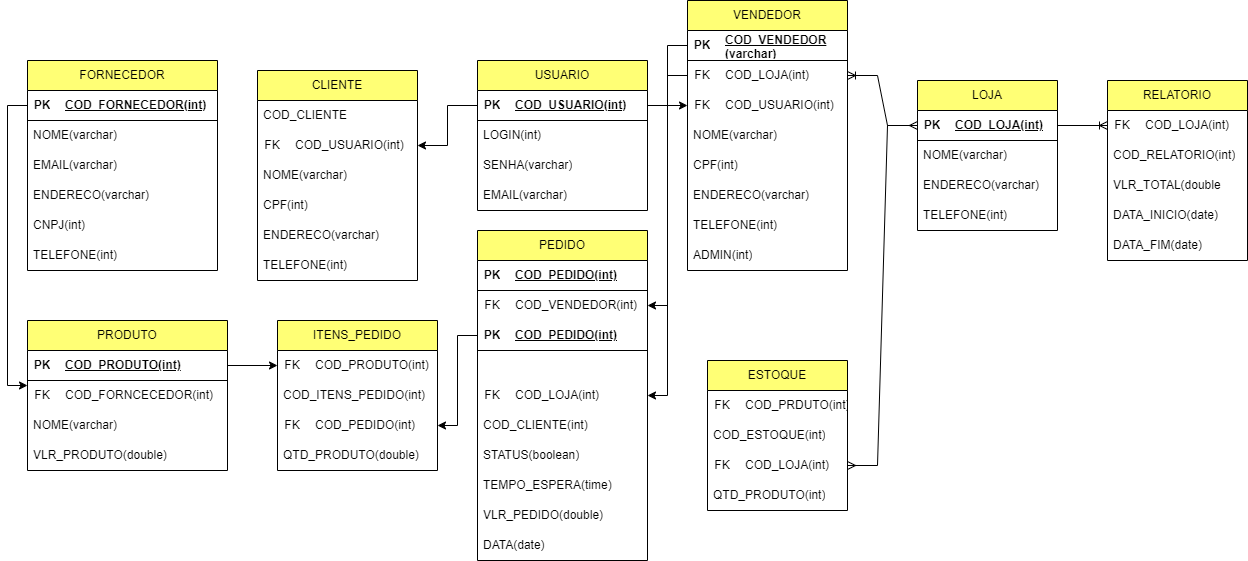
Above: ProjetoLógicoZéDelivery/zedelivery.drawio.png in NicolasKevin2/BD (draw.io), before the change. Source tidied: cells renumbered, new cells last; positions are measured from the earlier drawing's top-left corner, leaving out a move shared by most shapes.
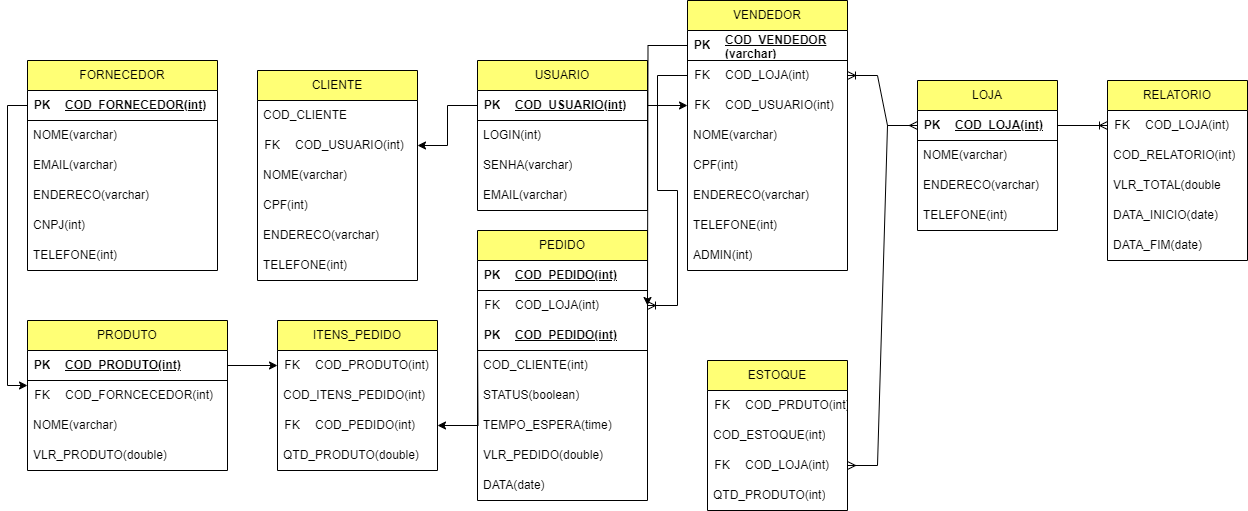
After the commit.

The edit, as a diff of the source:
```diff
@@ -132,7 +132,7 @@
       <mxGeometry y="120" width="140" height="30" as="geometry" />
     </mxCell>
     <mxCell id="45" value="PEDIDO" style="swimlane;fontStyle=0;horizontal=1;startSize=30;whiteSpace=wrap;html=1;fillColor=#FFFF75;" parent="1" vertex="1">
-      <mxGeometry x="470" y="230" width="170" height="330" as="geometry" />
+      <mxGeometry x="470" y="230" width="170" height="270" as="geometry" />
     </mxCell>
     <mxCell id="46" style="shape=table;startSize=0;rowLines=0;fontStyle=0;align=center;strokeColor=none;fillColor=none;" parent="45" vertex="1">
       <mxGeometry y="30" width="170" height="30" as="geometry" />
@@ -146,29 +146,8 @@
     <mxCell id="49" value="COD_PEDIDO(int)" style="shape=partialRectangle;fillColor=none;top=0;left=0;bottom=0;right=0;align=left;spacingLeft=6;fontStyle=5;overflow=hidden;whiteSpace=wrap;html=1;" parent="47" vertex="1">
       <mxGeometry x="30" width="140" height="30" as="geometry" />
     </mxCell>
-    <mxCell id="50" style="shape=table;startSize=0;rowLines=0;fontStyle=0;align=center;strokeColor=none;fillColor=none;" parent="45" vertex="1">
-      <mxGeometry y="60" width="170" height="90" as="geometry" />
-    </mxCell>
-    <mxCell id="51" style="shape=tableRow;horizontal=0;startSize=0;swimlaneHead=0;swimlaneBody=0;fillColor=none;points=[[0,0.5],[1,0.5]];portConstraint=eastwest;top=0;left=0;right=0;bottom=0;" parent="50" vertex="1">
-      <mxGeometry width="170" height="30" as="geometry" />
-    </mxCell>
-    <mxCell id="52" value="FK" style="shape=partialRectangle;fillColor=none;top=0;left=0;bottom=0;right=0;fontStyle=0;overflow=hidden;whiteSpace=wrap;html=1;" parent="51" vertex="1">
-      <mxGeometry width="30" height="30" as="geometry" />
-    </mxCell>
-    <mxCell id="53" value="COD_VENDEDOR(int)" style="shape=partialRectangle;fillColor=none;top=0;left=0;bottom=0;right=0;align=left;spacingLeft=6;fontStyle=0;overflow=hidden;whiteSpace=wrap;html=1;" parent="51" vertex="1">
-      <mxGeometry x="30" width="140" height="30" as="geometry" />
-    </mxCell>
-    <mxCell id="54" style="shape=tableRow;horizontal=0;startSize=0;swimlaneHead=0;swimlaneBody=0;fillColor=none;points=[[0,0.5],[1,0.5]];portConstraint=eastwest;top=0;left=0;right=0;bottom=1;" parent="50" vertex="1">
-      <mxGeometry y="30" width="170" height="30" as="geometry" />
-    </mxCell>
-    <mxCell id="55" value="PK" style="shape=partialRectangle;fillColor=none;top=0;left=0;bottom=0;right=0;fontStyle=1;overflow=hidden;whiteSpace=wrap;html=1;" parent="54" vertex="1">
-      <mxGeometry width="30" height="30" as="geometry" />
-    </mxCell>
-    <mxCell id="56" value="COD_PEDIDO(int)" style="shape=partialRectangle;fillColor=none;top=0;left=0;bottom=0;right=0;align=left;spacingLeft=6;fontStyle=5;overflow=hidden;whiteSpace=wrap;html=1;" parent="54" vertex="1">
-      <mxGeometry x="30" width="140" height="30" as="geometry" />
-    </mxCell>
     <mxCell id="57" style="shape=table;startSize=0;rowLines=0;fontStyle=0;align=center;strokeColor=none;fillColor=none;" parent="45" vertex="1">
-      <mxGeometry y="150" width="170" height="30" as="geometry" />
+      <mxGeometry y="60" width="170" height="30" as="geometry" />
     </mxCell>
     <mxCell id="58" style="shape=tableRow;horizontal=0;startSize=0;swimlaneHead=0;swimlaneBody=0;fillColor=none;points=[[0,0.5],[1,0.5]];portConstraint=eastwest;top=0;left=0;right=0;bottom=0;" parent="57" vertex="1">
       <mxGeometry width="170" height="30" as="geometry" />
@@ -179,20 +158,32 @@
     <mxCell id="60" value="COD_LOJA(int)" style="shape=partialRectangle;fillColor=none;top=0;left=0;bottom=0;right=0;align=left;spacingLeft=6;fontStyle=0;overflow=hidden;whiteSpace=wrap;html=1;" parent="58" vertex="1">
       <mxGeometry x="30" width="140" height="30" as="geometry" />
     </mxCell>
+    <mxCell id="128" style="shape=table;startSize=0;rowLines=0;fontStyle=0;align=center;strokeColor=none;fillColor=none;" parent="45" vertex="1">
+      <mxGeometry y="90" width="170" height="30" as="geometry" />
+    </mxCell>
+    <mxCell id="129" style="shape=tableRow;horizontal=0;startSize=0;swimlaneHead=0;swimlaneBody=0;fillColor=none;top=0;left=0;right=0;bottom=1;" parent="128" vertex="1">
+      <mxGeometry width="170" height="30" as="geometry" />
+    </mxCell>
+    <mxCell id="55" value="PK" style="shape=partialRectangle;fillColor=none;top=0;left=0;bottom=0;right=0;fontStyle=1;overflow=hidden;whiteSpace=wrap;html=1;" parent="129" vertex="1">
+      <mxGeometry width="30" height="30" as="geometry" />
+    </mxCell>
+    <mxCell id="56" value="COD_PEDIDO(int)" style="shape=partialRectangle;fillColor=none;top=0;left=0;bottom=0;right=0;align=left;spacingLeft=6;fontStyle=5;overflow=hidden;whiteSpace=wrap;html=1;" parent="129" vertex="1">
+      <mxGeometry x="30" width="140" height="30" as="geometry" />
+    </mxCell>
     <mxCell id="61" value="COD_CLIENTE(int)" style="text;strokeColor=none;fillColor=none;align=left;verticalAlign=middle;spacingLeft=4;spacingRight=4;overflow=hidden;whiteSpace=wrap;html=1;" parent="45" vertex="1">
-      <mxGeometry y="180" width="170" height="30" as="geometry" />
+      <mxGeometry y="120" width="170" height="30" as="geometry" />
     </mxCell>
     <mxCell id="62" value="STATUS(boolean)" style="text;strokeColor=none;fillColor=none;align=left;verticalAlign=middle;spacingLeft=4;spacingRight=4;overflow=hidden;whiteSpace=wrap;html=1;" parent="45" vertex="1">
-      <mxGeometry y="210" width="170" height="30" as="geometry" />
+      <mxGeometry y="150" width="170" height="30" as="geometry" />
     </mxCell>
     <mxCell id="63" value="TEMPO_ESPERA(time)" style="text;strokeColor=none;fillColor=none;align=left;verticalAlign=middle;spacingLeft=4;spacingRight=4;overflow=hidden;whiteSpace=wrap;html=1;" parent="45" vertex="1">
-      <mxGeometry y="240" width="170" height="30" as="geometry" />
+      <mxGeometry y="180" width="170" height="30" as="geometry" />
     </mxCell>
     <mxCell id="64" value="VLR_PEDIDO(double)" style="text;strokeColor=none;fillColor=none;align=left;verticalAlign=middle;spacingLeft=4;spacingRight=4;overflow=hidden;whiteSpace=wrap;html=1;" parent="45" vertex="1">
-      <mxGeometry y="270" width="170" height="30" as="geometry" />
+      <mxGeometry y="210" width="170" height="30" as="geometry" />
     </mxCell>
     <mxCell id="65" value="DATA(date)" style="text;strokeColor=none;fillColor=none;align=left;verticalAlign=middle;spacingLeft=4;spacingRight=4;overflow=hidden;whiteSpace=wrap;html=1;" parent="45" vertex="1">
-      <mxGeometry y="300" width="170" height="30" as="geometry" />
+      <mxGeometry y="240" width="170" height="30" as="geometry" />
     </mxCell>
     <mxCell id="66" value="ITENS_PEDIDO" style="swimlane;fontStyle=0;horizontal=1;startSize=30;whiteSpace=wrap;html=1;fillColor=#FFFF75;" parent="1" vertex="1">
       <mxGeometry x="270" y="320" width="160" height="150" as="geometry" />
@@ -350,8 +341,10 @@
     <mxCell id="117" value="DATA_FIM(date)" style="text;strokeColor=none;fillColor=none;align=left;verticalAlign=middle;spacingLeft=4;spacingRight=4;overflow=hidden;whiteSpace=wrap;html=1;" parent="109" vertex="1">
       <mxGeometry y="150" width="140" height="30" as="geometry" />
     </mxCell>
-    <mxCell id="118" style="edgeStyle=orthogonalEdgeStyle;rounded=0;jettySize=auto;html=1;" parent="1" edge="1" source="21" target="51">
-      <mxGeometry relative="1" as="geometry" />
+    <mxCell id="118" style="edgeStyle=orthogonalEdgeStyle;rounded=0;jettySize=auto;html=1;" parent="1" edge="1" source="21">
+      <mxGeometry relative="1" as="geometry">
+        <mxPoint x="640" y="305" as="targetPoint" />
+      </mxGeometry>
     </mxCell>
     <mxCell id="119" style="edgeStyle=orthogonalEdgeStyle;rounded=0;jettySize=auto;html=1;" parent="1" edge="1" source="4" target="29">
       <mxGeometry relative="1" as="geometry" />
@@ -370,11 +363,10 @@
     <mxCell id="122" style="edgeStyle=orthogonalEdgeStyle;rounded=0;jettySize=auto;html=1;" parent="1" edge="1" source="79" target="68">
       <mxGeometry relative="1" as="geometry" />
     </mxCell>
-    <mxCell id="123" style="edgeStyle=orthogonalEdgeStyle;rounded=0;jettySize=auto;html=1;" parent="1" edge="1" source="25" target="58">
-      <mxGeometry relative="1" as="geometry" />
-    </mxCell>
-    <mxCell id="124" style="edgeStyle=orthogonalEdgeStyle;rounded=0;jettySize=auto;html=1;" parent="1" edge="1" source="54" target="73">
-      <mxGeometry relative="1" as="geometry" />
+    <mxCell id="124" style="edgeStyle=orthogonalEdgeStyle;rounded=0;jettySize=auto;html=1;" parent="1" edge="1" target="73">
+      <mxGeometry relative="1" as="geometry">
+        <mxPoint x="470" y="335" as="sourcePoint" />
+      </mxGeometry>
     </mxCell>
     <mxCell id="125" style="edgeStyle=entityRelationEdgeStyle;fontSize=12;html=1;endArrow=ERoneToMany;rounded=0;" parent="1" edge="1" source="39" target="25">
       <mxGeometry relative="1" as="geometry" />
@@ -385,5 +377,14 @@
     <mxCell id="127" style="edgeStyle=entityRelationEdgeStyle;fontSize=12;html=1;endArrow=ERoneToMany;rounded=0;" parent="1" edge="1" source="39" target="111">
       <mxGeometry relative="1" as="geometry" />
     </mxCell>
+    <mxCell id="123" style="edgeStyle=entityRelationEdgeStyle;fontSize=12;html=1;endArrow=ERoneToMany;rounded=0;" parent="1" edge="1" source="25" target="58">
+      <mxGeometry relative="1" as="geometry">
+        <Array as="points">
+          <mxPoint x="670" y="130" />
+          <mxPoint x="640" y="250" />
+          <mxPoint x="650" y="240" />
+        </Array>
+      </mxGeometry>
+    </mxCell>
   </root>
 </mxGraphModel>
```
